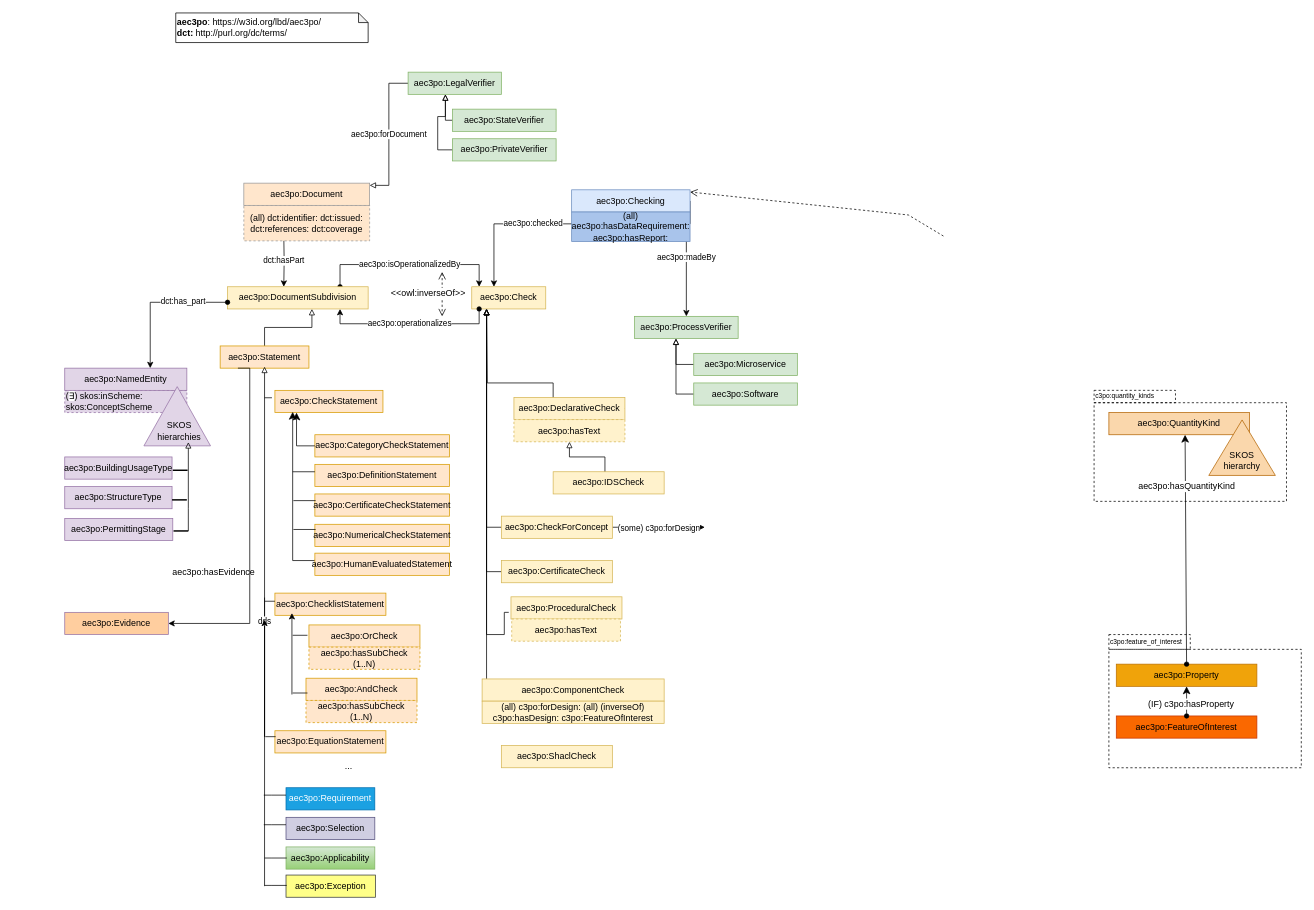
Earlier version of the draw.io diagram page "aec3po" (1 of 12) of resources/aec3po.drawio (Accord-Project/aec3po). Source tidied: cells renumbered, new cells numbered last; positions are measured from the earlier drawing's top-left corner, leaving out a move shared by most shapes. Both pictures are drawn from the tidied source at 74%, with x=0, y=0 at pixel (64, 13).
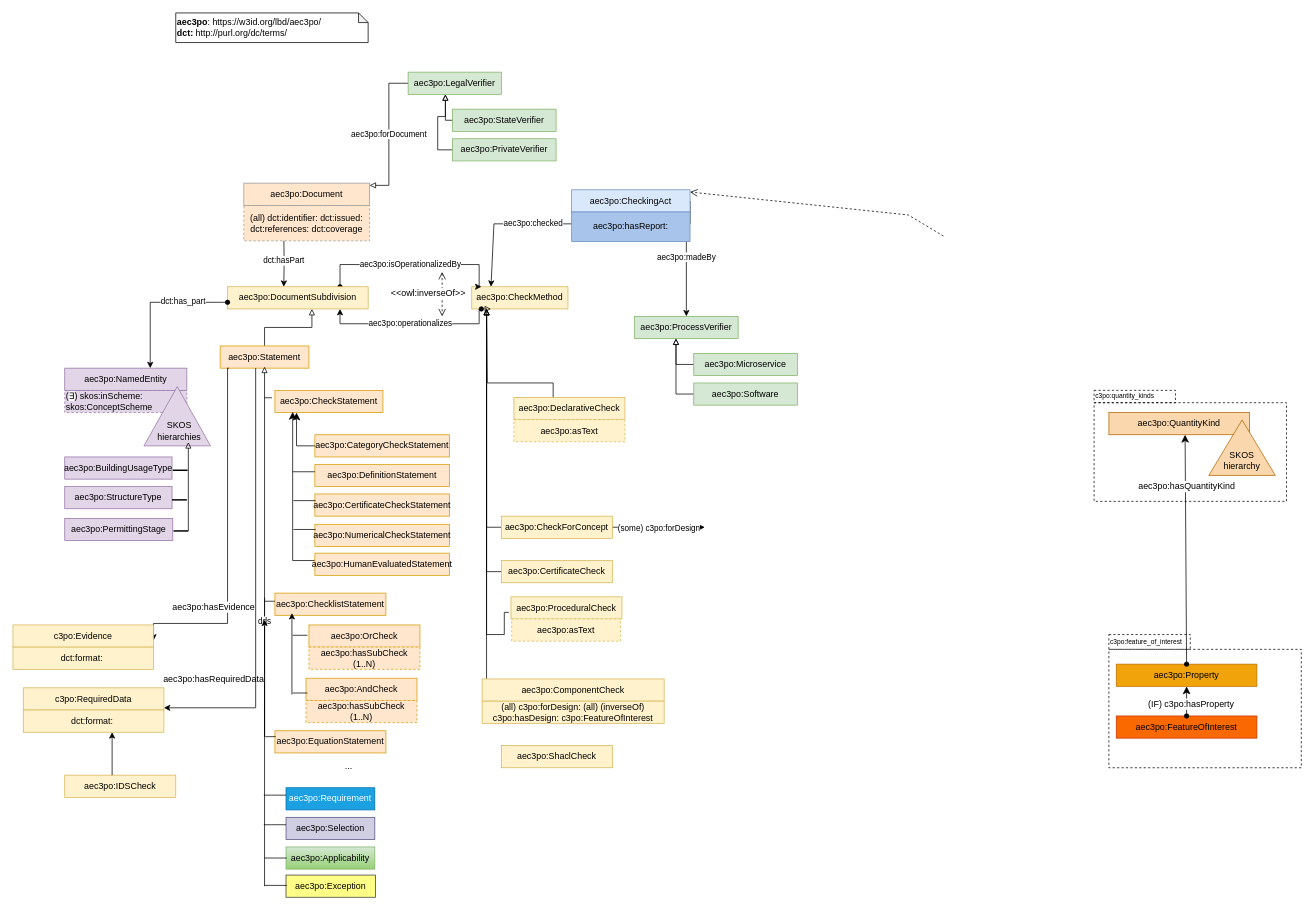
After the change.

The change refers to these unchanged cells:
```xml
<mxCell id="9" value="aec3po:Statement" style="rounded=0;whiteSpace=wrap;html=1;snapToPoint=1;points=[[0.1,0],[0.2,0],[0.3,0],[0.4,0],[0.5,0],[0.6,0],[0.7,0],[0.8,0],[0.9,0],[0,0.1],[0,0.3],[0,0.5],[0,0.7],[0,0.9],[0.1,1],[0.2,1],[0.3,1],[0.4,1],[0.5,1],[0.6,1],[0.7,1],[0.8,1],[0.9,1],[1,0.1],[1,0.3],[1,0.5],[1,0.7],[1,0.9]];fillColor=#ffe6cc;strokeColor=#d79b00;" parent="1" vertex="1">
  <mxGeometry x="210" y="450" width="120" height="30" as="geometry" />
</mxCell>
```

Diff of the diagram source:
```diff
@@
-    <mxCell id="15" value="aec3po:Check" style="rounded=0;whiteSpace=wrap;html=1;snapToPoint=1;points=[[0.1,0],[0.2,0],[0.3,0],[0.4,0],[0.5,0],[0.6,0],[0.7,0],[0.8,0],[0.9,0],[0,0.1],[0,0.3],[0,0.5],[0,0.7],[0,0.9],[0.1,1],[0.2,1],[0.3,1],[0.4,1],[0.5,1],[0.6,1],[0.7,1],[0.8,1],[0.9,1],[1,0.1],[1,0.3],[1,0.5],[1,0.7],[1,0.9]];fillColor=#fff2cc;strokeColor=#d6b656;" parent="1" vertex="1">
-      <mxGeometry x="550" y="370" width="100" height="30" as="geometry" />
+    <mxCell id="15" value="aec3po:CheckMethod" style="rounded=0;whiteSpace=wrap;html=1;snapToPoint=1;points=[[0.1,0],[0.2,0],[0.3,0],[0.4,0],[0.5,0],[0.6,0],[0.7,0],[0.8,0],[0.9,0],[0,0.1],[0,0.3],[0,0.5],[0,0.7],[0,0.9],[0.1,1],[0.2,1],[0.3,1],[0.4,1],[0.5,1],[0.6,1],[0.7,1],[0.8,1],[0.9,1],[1,0.1],[1,0.3],[1,0.5],[1,0.7],[1,0.9]];fillColor=#fff2cc;strokeColor=#d6b656;" parent="1" vertex="1">
+      <mxGeometry x="550" y="370" width="130" height="30" as="geometry" />
     </mxCell>
@@
-    <mxCell id="18" value="aec3po:Checking" style="rounded=0;whiteSpace=wrap;html=1;snapToPoint=1;points=[[0.1,0],[0.2,0],[0.3,0],[0.4,0],[0.5,0],[0.6,0],[0.7,0],[0.8,0],[0.9,0],[0,0.1],[0,0.3],[0,0.5],[0,0.7],[0,0.9],[0.1,1],[0.2,1],[0.3,1],[0.4,1],[0.5,1],[0.6,1],[0.7,1],[0.8,1],[0.9,1],[1,0.1],[1,0.3],[1,0.5],[1,0.7],[1,0.9]];fillColor=#dae8fc;strokeColor=#6c8ebf;" parent="1" vertex="1">
+    <mxCell id="18" value="aec3po:CheckingAct" style="rounded=0;whiteSpace=wrap;html=1;snapToPoint=1;points=[[0.1,0],[0.2,0],[0.3,0],[0.4,0],[0.5,0],[0.6,0],[0.7,0],[0.8,0],[0.9,0],[0,0.1],[0,0.3],[0,0.5],[0,0.7],[0,0.9],[0.1,1],[0.2,1],[0.3,1],[0.4,1],[0.5,1],[0.6,1],[0.7,1],[0.8,1],[0.9,1],[1,0.1],[1,0.3],[1,0.5],[1,0.7],[1,0.9]];fillColor=#dae8fc;strokeColor=#6c8ebf;" parent="1" vertex="1">
       <mxGeometry x="685" y="239" width="160" height="30" as="geometry" />
     </mxCell>
@@
-    <mxCell id="34" style="edgeStyle=orthogonalEdgeStyle;rounded=0;jettySize=auto;html=1;exitX=0.837;exitY=0.046;exitDx=0;exitDy=0;entryX=0.5;entryY=1;entryDx=0;entryDy=0;startArrow=none;startFill=0;endArrow=block;endFill=0;exitPerimeter=0;" parent="1" edge="1" source="35" target="38">
-      <mxGeometry relative="1" as="geometry">
-        <Array as="points">
-          <mxPoint x="730" y="621" />
-          <mxPoint x="730" y="600" />
-          <mxPoint x="682" y="600" />
-        </Array>
-      </mxGeometry>
-    </mxCell>
-    <mxCell id="35" value="aec3po:IDSCheck" style="rounded=0;whiteSpace=wrap;html=1;snapToPoint=1;points=[[0.1,0],[0.2,0],[0.3,0],[0.4,0],[0.5,0],[0.6,0],[0.7,0],[0.8,0],[0.9,0],[0,0.1],[0,0.3],[0,0.5],[0,0.7],[0,0.9],[0.1,1],[0.2,1],[0.3,1],[0.4,1],[0.5,1],[0.6,1],[0.7,1],[0.8,1],[0.9,1],[1,0.1],[1,0.3],[1,0.5],[1,0.7],[1,0.9]];fillColor=#fff2cc;strokeColor=#d6b656;" parent="1" vertex="1">
-      <mxGeometry x="660" y="620" width="150" height="30" as="geometry" />
-    </mxCell>
@@
-    <mxCell id="37" value="aec3po:hasText" style="rounded=0;whiteSpace=wrap;html=1;dashed=1;fillColor=#fff2cc;strokeColor=#d6b656;" parent="1" vertex="1">
+    <mxCell id="37" value="aec3po:asText" style="rounded=0;whiteSpace=wrap;html=1;dashed=1;fillColor=#fff2cc;strokeColor=#d6b656;" parent="1" vertex="1">
       <mxGeometry x="604" y="819" width="147" height="30" as="geometry" />
     </mxCell>
-    <mxCell id="38" value="aec3po:hasText" style="rounded=0;whiteSpace=wrap;html=1;snapToPoint=1;points=[[0.1,0],[0.2,0],[0.3,0],[0.4,0],[0.5,0],[0.6,0],[0.7,0],[0.8,0],[0.9,0],[0,0.1],[0,0.3],[0,0.5],[0,0.7],[0,0.9],[0.1,1],[0.2,1],[0.3,1],[0.4,1],[0.5,1],[0.6,1],[0.7,1],[0.8,1],[0.9,1],[1,0.1],[1,0.3],[1,0.5],[1,0.7],[1,0.9]];dashed=1;fillColor=#fff2cc;strokeColor=#d6b656;" parent="1" vertex="1">
+    <mxCell id="38" value="aec3po:asText" style="rounded=0;whiteSpace=wrap;html=1;snapToPoint=1;points=[[0.1,0],[0.2,0],[0.3,0],[0.4,0],[0.5,0],[0.6,0],[0.7,0],[0.8,0],[0.9,0],[0,0.1],[0,0.3],[0,0.5],[0,0.7],[0,0.9],[0.1,1],[0.2,1],[0.3,1],[0.4,1],[0.5,1],[0.6,1],[0.7,1],[0.8,1],[0.9,1],[1,0.1],[1,0.3],[1,0.5],[1,0.7],[1,0.9]];dashed=1;fillColor=#fff2cc;strokeColor=#d6b656;" parent="1" vertex="1">
       <mxGeometry x="607" y="549.5" width="150" height="30" as="geometry" />
     </mxCell>
@@
-    <mxCell id="45" value="(all) aec3po:hasDataRequirement: aec3po:hasReport:" style="rounded=0;whiteSpace=wrap;html=1;fillColor=#A9C4EB;strokeColor=#6c8ebf;" parent="1" vertex="1">
+    <mxCell id="45" value="aec3po:hasReport:" style="rounded=0;whiteSpace=wrap;html=1;fillColor=#A9C4EB;strokeColor=#6c8ebf;" parent="1" vertex="1">
       <mxGeometry x="685" y="269" width="160" height="40" as="geometry" />
     </mxCell>
@@
-    <mxCell id="84" value="aec3po:Evidence" style="rounded=0;whiteSpace=wrap;html=1;snapToPoint=1;points=[[0.1,0],[0.2,0],[0.3,0],[0.4,0],[0.5,0],[0.6,0],[0.7,0],[0.8,0],[0.9,0],[0,0.1],[0,0.3],[0,0.5],[0,0.7],[0,0.9],[0.1,1],[0.2,1],[0.3,1],[0.4,1],[0.5,1],[0.6,1],[0.7,1],[0.8,1],[0.9,1],[1,0.1],[1,0.3],[1,0.5],[1,0.7],[1,0.9]];fillColor=#FFCE9F;strokeColor=#9673a6;" parent="1" vertex="1">
-      <mxGeometry y="810" width="140" height="30" as="geometry" />
-    </mxCell>
@@
-    <mxCell id="103" value="&lt;div&gt;aec3po:hasEvidence&lt;br&gt;&lt;/div&gt;" style="text;html=1;align=center;verticalAlign=middle;labelBackgroundColor=#ffffff;" parent="1" vertex="1">
-      <mxGeometry x="200" y="755" as="geometry" />
+    <mxCell id="103" value="&lt;div&gt;aec3po:hasRequiredData&lt;br&gt;&lt;/div&gt;" style="text;html=1;align=center;verticalAlign=middle;labelBackgroundColor=#ffffff;" parent="1" vertex="1">
+      <mxGeometry x="200" y="899" as="geometry" />
     </mxCell>
-    <mxCell id="104" style="edgeStyle=orthogonalEdgeStyle;rounded=0;jettySize=auto;html=1;startArrow=none;startFill=0;endArrow=classic;endFill=1;entryX=1;entryY=0.5;entryDx=0;entryDy=0;exitX=0.2;exitY=1;exitDx=0;exitDy=0;" parent="1" edge="1" source="9" target="84">
+    <mxCell id="104" style="edgeStyle=orthogonalEdgeStyle;rounded=0;jettySize=auto;html=1;startArrow=none;startFill=0;endArrow=classic;endFill=1;entryX=1;entryY=0.7;entryDx=0;entryDy=0;exitX=0.1;exitY=1;exitDx=0;exitDy=0;" parent="1" edge="1" source="9" target="114">
       <mxGeometry relative="1" as="geometry">
         <Array as="points">
-          <mxPoint x="250" y="480" />
-          <mxPoint x="250" y="825" />
+          <mxPoint x="220" y="480" />
+          <mxPoint x="220" y="825" />
+          <mxPoint x="120" y="825" />
         </Array>
       </mxGeometry>
     </mxCell>
@@
+    <mxCell id="35" value="aec3po:IDSCheck" style="rounded=0;whiteSpace=wrap;html=1;snapToPoint=1;points=[[0.1,0],[0.2,0],[0.3,0],[0.4,0],[0.5,0],[0.6,0],[0.7,0],[0.8,0],[0.9,0],[0,0.1],[0,0.3],[0,0.5],[0,0.7],[0,0.9],[0.1,1],[0.2,1],[0.3,1],[0.4,1],[0.5,1],[0.6,1],[0.7,1],[0.8,1],[0.9,1],[1,0.1],[1,0.3],[1,0.5],[1,0.7],[1,0.9]];fillColor=#fff2cc;strokeColor=#d6b656;" parent="1" vertex="1">
+      <mxGeometry y="1030" width="150" height="30" as="geometry" />
+    </mxCell>
+    <mxCell id="110" value="&lt;div&gt;aec3po:hasEvidence&lt;br&gt;&lt;/div&gt;" style="text;html=1;align=center;verticalAlign=middle;labelBackgroundColor=#ffffff;" parent="1" vertex="1">
+      <mxGeometry x="200" y="802" as="geometry" />
+    </mxCell>
+    <mxCell id="111" style="edgeStyle=orthogonalEdgeStyle;rounded=0;jettySize=auto;html=1;exitX=0.4;exitY=1;exitDx=0;exitDy=0;entryX=1;entryY=0.9;entryDx=0;entryDy=0;" parent="1" edge="1" source="9" target="112">
+      <mxGeometry relative="1" as="geometry" />
+    </mxCell>
+    <mxCell id="112" value="c3po:RequiredData" style="rounded=0;whiteSpace=wrap;html=1;snapToPoint=1;points=[[0.1,0],[0.2,0],[0.3,0],[0.4,0],[0.5,0],[0.6,0],[0.7,0],[0.8,0],[0.9,0],[0,0.1],[0,0.3],[0,0.5],[0,0.7],[0,0.9],[0.1,1],[0.2,1],[0.3,1],[0.4,1],[0.5,1],[0.6,1],[0.7,1],[0.8,1],[0.9,1],[1,0.1],[1,0.3],[1,0.5],[1,0.7],[1,0.9]];fillColor=#fff2cc;strokeColor=#d6b656;" parent="1" vertex="1">
+      <mxGeometry x="-56" y="912" width="190" height="30" as="geometry" />
+    </mxCell>
+    <mxCell id="113" value="dct:format:&amp;nbsp;" style="rounded=0;whiteSpace=wrap;html=1;fillColor=#fff2cc;strokeColor=#d6b656;" parent="1" vertex="1">
+      <mxGeometry x="-56" y="942" width="190" height="30" as="geometry" />
+    </mxCell>
+    <mxCell id="114" value="c3po:Evidence" style="rounded=0;whiteSpace=wrap;html=1;snapToPoint=1;points=[[0.1,0],[0.2,0],[0.3,0],[0.4,0],[0.5,0],[0.6,0],[0.7,0],[0.8,0],[0.9,0],[0,0.1],[0,0.3],[0,0.5],[0,0.7],[0,0.9],[0.1,1],[0.2,1],[0.3,1],[0.4,1],[0.5,1],[0.6,1],[0.7,1],[0.8,1],[0.9,1],[1,0.1],[1,0.3],[1,0.5],[1,0.7],[1,0.9]];fillColor=#fff2cc;strokeColor=#d6b656;" parent="1" vertex="1">
+      <mxGeometry x="-70" y="827" width="190" height="30" as="geometry" />
+    </mxCell>
+    <mxCell id="115" value="dct:format:&amp;nbsp;" style="rounded=0;whiteSpace=wrap;html=1;fillColor=#fff2cc;strokeColor=#d6b656;" parent="1" vertex="1">
+      <mxGeometry x="-70" y="857" width="190" height="30" as="geometry" />
+    </mxCell>
+    <mxCell id="116" style="endArrow=classic;html=1;rounded=0;" parent="1" edge="1">
+      <mxGeometry relative="1" as="geometry">
+        <mxPoint x="64" y="1030" as="sourcePoint" />
+        <mxPoint x="64" y="972" as="targetPoint" />
+      </mxGeometry>
+    </mxCell>
```
